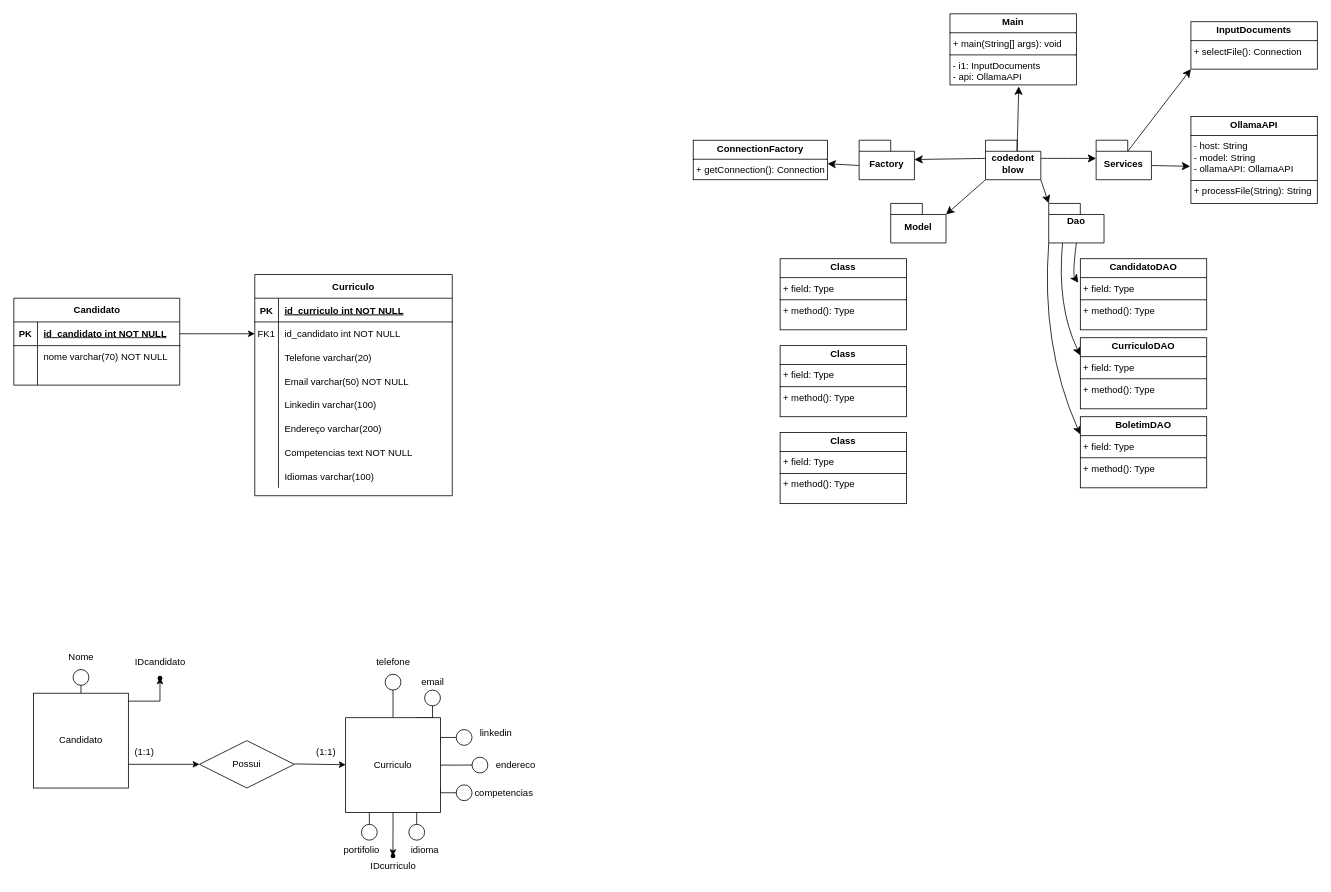
This is Diagrama sem nome.drawio from Leonardo-dSouza/meuprojetogit, a draw.io file, before an edit. Source tidied: cells renumbered, new cells numbered last; positions are measured from the earlier drawing's top-left corner, leaving out a move shared by most shapes. Both pictures are drawn from the tidied source at 79%, with x=0, y=0 at pixel (13, 13).
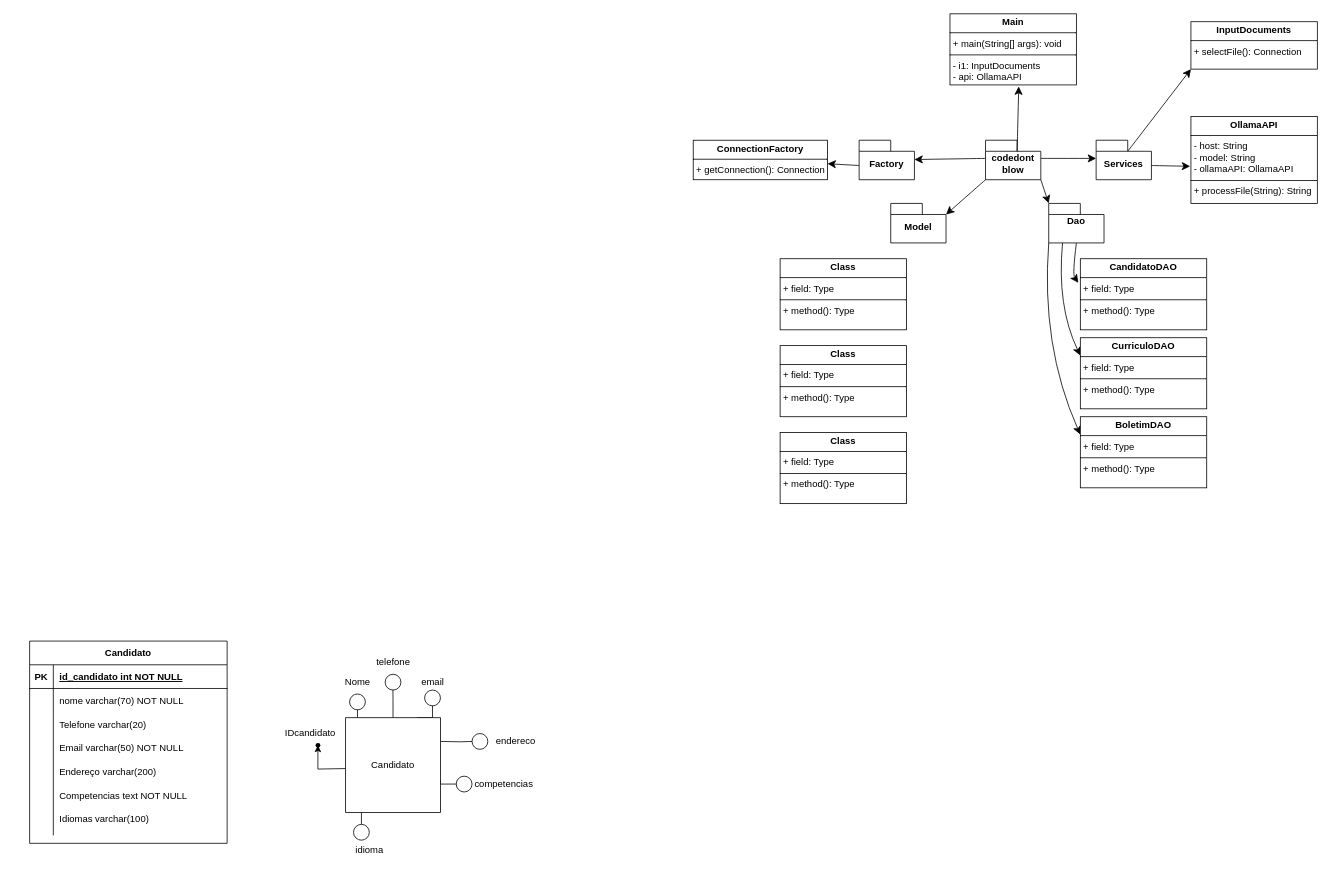
The same page after the edit.

The change refers to these unchanged cells:
```xml
<mxCell id="20" style="shape=partialRectangle;fillColor=none;top=0;left=0;right=0;bottom=1;" parent="19" vertex="1">
  <mxGeometry y="30" width="250" height="30" as="geometry" />
</mxCell>
<mxCell id="23" style="shape=partialRectangle;fillColor=none;points=[[0,0.5],[1,0.5]];portConstraint=eastwest;top=0;left=0;right=0;bottom=0;" parent="19" vertex="1">
  <mxGeometry y="60" width="250" height="30" as="geometry" />
</mxCell>
```

The edit, as a diff of the source:
```diff
@@
-    <mxCell id="2" style="edgeStyle=orthogonalEdgeStyle;rounded=0;jettySize=auto;html=1;exitX=1;exitY=0.5;exitDx=0;exitDy=0;entryX=0;entryY=0.5;entryDx=0;entryDy=0;" parent="1" edge="1" source="52" target="23">
-      <mxGeometry relative="1" as="geometry">
-        <Array as="points">
-          <mxPoint x="230" y="405" />
-          <mxPoint x="230" y="405" />
-        </Array>
-      </mxGeometry>
-    </mxCell>
-    <mxCell id="3" style="edgeStyle=orthogonalEdgeStyle;rounded=0;orthogonalLoop=1;jettySize=auto;html=1;exitX=1;exitY=0.5;exitDx=0;exitDy=0;entryX=0;entryY=0.5;entryDx=0;entryDy=0;" parent="1" edge="1">
-      <mxGeometry relative="1" as="geometry">
-        <mxPoint x="355" y="949.5" as="sourcePoint" />
-        <mxPoint x="420" y="950.5" as="targetPoint" />
-        <Array as="points">
-          <mxPoint x="420" y="949.5" />
-        </Array>
-      </mxGeometry>
-    </mxCell>
-    <mxCell id="4" value="Possui" style="shape=rhombus;perimeter=rhombusPerimeter;whiteSpace=wrap;html=1;align=center;" parent="1" vertex="1">
-      <mxGeometry x="235" y="920" width="120" height="60" as="geometry" />
-    </mxCell>
-    <mxCell id="5" style="edgeStyle=orthogonalEdgeStyle;rounded=0;orthogonalLoop=1;jettySize=auto;html=1;exitX=1;exitY=0.25;exitDx=0;exitDy=0;" parent="1" edge="1">
+    <mxCell id="5" style="edgeStyle=orthogonalEdgeStyle;rounded=0;orthogonalLoop=1;jettySize=auto;html=1;exitX=0.001;exitY=0.403;exitDx=0;exitDy=0;exitPerimeter=0;" parent="1" edge="1">
       <mxGeometry relative="1" as="geometry">
-        <mxPoint x="135" y="870" as="sourcePoint" />
-        <mxPoint x="185" y="840" as="targetPoint" />
+        <mxPoint x="420" y="955.4" as="sourcePoint" />
+        <mxPoint x="384.9" y="926" as="targetPoint" />
         <Array as="points">
-          <mxPoint x="185" y="870" />
+          <mxPoint x="418" y="955" />
+          <mxPoint x="385" y="956" />
         </Array>
       </mxGeometry>
     </mxCell>
-    <mxCell id="6" style="edgeStyle=orthogonalEdgeStyle;rounded=0;jettySize=auto;html=1;exitX=0.5;exitY=0;exitDx=0;exitDy=0;" parent="1" edge="1" source="8">
+    <mxCell id="6" style="edgeStyle=orthogonalEdgeStyle;rounded=0;orthogonalLoop=1;jettySize=auto;html=1;exitX=0.5;exitY=0;exitDx=0;exitDy=0;" parent="1" edge="1">
       <mxGeometry relative="1" as="geometry">
-        <mxPoint x="85" y="840" as="targetPoint" />
+        <mxPoint x="435" y="891" as="sourcePoint" />
+        <mxPoint x="435" y="871" as="targetPoint" />
       </mxGeometry>
     </mxCell>
-    <mxCell id="7" style="edgeStyle=orthogonalEdgeStyle;rounded=0;jettySize=auto;html=1;exitX=1;exitY=0.75;exitDx=0;exitDy=0;" parent="1" edge="1" source="8" target="4">
-      <mxGeometry relative="1" as="geometry" />
-    </mxCell>
-    <mxCell id="8" value="Candidato" style="whiteSpace=wrap;html=1;" parent="1" vertex="1">
-      <mxGeometry x="25" y="860" width="120" height="120" as="geometry" />
-    </mxCell>
@@
-    <mxCell id="12" style="edgeStyle=orthogonalEdgeStyle;rounded=0;jettySize=auto;html=1;exitX=1;exitY=0.25;exitDx=0;exitDy=0;" parent="1" edge="1" source="18">
-      <mxGeometry relative="1" as="geometry">
-        <mxPoint x="570" y="916" as="targetPoint" />
-        <Array as="points">
-          <mxPoint x="540" y="916" />
-          <mxPoint x="570" y="916" />
-        </Array>
-      </mxGeometry>
-    </mxCell>
-    <mxCell id="13" style="edgeStyle=orthogonalEdgeStyle;rounded=0;jettySize=auto;html=1;exitX=1;exitY=0.5;exitDx=0;exitDy=0;" parent="1" edge="1" source="18">
+    <mxCell id="13" style="edgeStyle=orthogonalEdgeStyle;rounded=0;orthogonalLoop=1;jettySize=auto;html=1;exitX=1;exitY=0.5;exitDx=0;exitDy=0;" parent="1" edge="1">
       <mxGeometry relative="1" as="geometry">
-        <mxPoint x="590" y="950.7" as="targetPoint" />
+        <mxPoint x="540" y="921" as="sourcePoint" />
+        <mxPoint x="590" y="920.7" as="targetPoint" />
       </mxGeometry>
     </mxCell>
-    <mxCell id="14" style="edgeStyle=orthogonalEdgeStyle;rounded=0;jettySize=auto;html=1;exitX=1;exitY=0.75;exitDx=0;exitDy=0;" parent="1" edge="1" source="18">
+    <mxCell id="14" style="edgeStyle=orthogonalEdgeStyle;rounded=0;orthogonalLoop=1;jettySize=auto;html=1;exitX=1;exitY=0.75;exitDx=0;exitDy=0;" parent="1" edge="1">
       <mxGeometry relative="1" as="geometry">
-        <mxPoint x="570" y="986" as="targetPoint" />
+        <mxPoint x="540" y="970" as="sourcePoint" />
+        <mxPoint x="570" y="975" as="targetPoint" />
         <Array as="points">
-          <mxPoint x="540" y="986" />
-          <mxPoint x="570" y="986" />
+          <mxPoint x="540" y="975" />
+          <mxPoint x="570" y="975" />
         </Array>
       </mxGeometry>
     </mxCell>
-    <mxCell id="15" style="edgeStyle=orthogonalEdgeStyle;rounded=0;jettySize=auto;html=1;exitX=0.75;exitY=1;exitDx=0;exitDy=0;" parent="1" edge="1" source="18">
+    <mxCell id="15" style="edgeStyle=orthogonalEdgeStyle;rounded=0;orthogonalLoop=1;jettySize=auto;html=1;exitX=0.75;exitY=1;exitDx=0;exitDy=0;" parent="1" edge="1">
       <mxGeometry relative="1" as="geometry">
-        <mxPoint x="510" y="1036" as="targetPoint" />
+        <mxPoint x="440" y="1011" as="sourcePoint" />
+        <mxPoint x="440" y="1036" as="targetPoint" />
       </mxGeometry>
     </mxCell>
-    <mxCell id="16" style="edgeStyle=orthogonalEdgeStyle;rounded=0;jettySize=auto;html=1;exitX=0.5;exitY=1;exitDx=0;exitDy=0;" parent="1" edge="1" source="18">
-      <mxGeometry relative="1" as="geometry">
-        <mxPoint x="479.8" y="1066" as="targetPoint" />
-      </mxGeometry>
-    </mxCell>
-    <mxCell id="17" style="edgeStyle=orthogonalEdgeStyle;rounded=0;jettySize=auto;html=1;exitX=0.25;exitY=1;exitDx=0;exitDy=0;" parent="1" edge="1" source="18">
-      <mxGeometry relative="1" as="geometry">
-        <mxPoint x="450.2" y="1036" as="targetPoint" />
-      </mxGeometry>
-    </mxCell>
-    <mxCell id="18" value="Curriculo" style="whiteSpace=wrap;html=1;" parent="1" vertex="1">
+    <mxCell id="18" value="Candidato" style="whiteSpace=wrap;html=1;" parent="1" vertex="1">
       <mxGeometry x="420" y="891" width="120" height="120" as="geometry" />
     </mxCell>
-    <mxCell id="19" value="Curriculo" style="shape=table;startSize=30;childLayout=tableLayout;rowLines=0;fontStyle=1;align=center;" parent="1" vertex="1">
-      <mxGeometry x="305" y="330" width="250" height="280" as="geometry" />
+    <mxCell id="19" value="Candidato" style="shape=table;startSize=30;childLayout=tableLayout;rowLines=0;fontStyle=1;align=center;" parent="1" vertex="1">
+      <mxGeometry x="20" y="794" width="250" height="256" as="geometry" />
     </mxCell>
@@
-    <mxCell id="22" value="id_curriculo int NOT NULL" style="shape=partialRectangle;overflow=hidden;fillColor=none;top=0;left=0;bottom=0;right=0;align=left;spacingLeft=6;fontStyle=5;" parent="20" vertex="1">
+    <mxCell id="22" value="id_candidato int NOT NULL" style="shape=partialRectangle;overflow=hidden;fillColor=none;top=0;left=0;bottom=0;right=0;align=left;spacingLeft=6;fontStyle=5;" parent="20" vertex="1">
       <mxGeometry x="30" width="220" height="30" as="geometry" />
     </mxCell>
@@
-    <mxCell id="24" value="FK1" style="shape=partialRectangle;overflow=hidden;fillColor=none;top=0;left=0;bottom=0;right=0;" parent="23" vertex="1">
+    <mxCell id="24" style="shape=partialRectangle;overflow=hidden;fillColor=none;top=0;left=0;bottom=0;right=0;" parent="23" vertex="1">
       <mxGeometry width="30" height="30" as="geometry" />
     </mxCell>
@@
     <mxCell id="26" value="Telefone varchar(20)" style="shape=partialRectangle;overflow=hidden;fillColor=none;top=0;left=0;bottom=0;right=0;align=left;spacingLeft=6;" parent="1" vertex="1">
-      <mxGeometry x="335" y="420" width="220" height="30" as="geometry" />
+      <mxGeometry x="50" y="884" width="220" height="30" as="geometry" />
     </mxCell>
     <mxCell id="27" value="Email varchar(50) NOT NULL" style="shape=partialRectangle;overflow=hidden;fillColor=none;top=0;left=0;bottom=0;right=0;align=left;spacingLeft=6;" parent="1" vertex="1">
-      <mxGeometry x="335" y="450" width="220" height="30" as="geometry" />
+      <mxGeometry x="50" y="914" width="220" height="30" as="geometry" />
     </mxCell>
     <mxCell id="28" style="endArrow=none;html=1;rounded=0;entryX=0.121;entryY=1.031;entryDx=0;entryDy=0;entryPerimeter=0;" parent="1" edge="1">
       <mxGeometry relative="1" as="geometry">
-        <mxPoint x="335" y="600" as="sourcePoint" />
-        <mxPoint x="335" y="420" as="targetPoint" />
+        <mxPoint x="50" y="1040" as="sourcePoint" />
+        <mxPoint x="50" y="884" as="targetPoint" />
       </mxGeometry>
     </mxCell>
-    <mxCell id="29" value="Linkedin varchar(100)" style="shape=partialRectangle;overflow=hidden;fillColor=none;top=0;left=0;bottom=0;right=0;align=left;spacingLeft=6;" parent="1" vertex="1">
-      <mxGeometry x="335" y="480" width="220" height="30" as="geometry" />
-    </mxCell>
     <mxCell id="30" value="Endereço varchar(200)" style="shape=partialRectangle;overflow=hidden;fillColor=none;top=0;left=0;bottom=0;right=0;align=left;spacingLeft=6;" parent="1" vertex="1">
-      <mxGeometry x="335" y="510" width="220" height="30" as="geometry" />
+      <mxGeometry x="50" y="944" width="220" height="30" as="geometry" />
     </mxCell>
     <mxCell id="31" value="Competencias text NOT NULL" style="shape=partialRectangle;overflow=hidden;fillColor=none;top=0;left=0;bottom=0;right=0;align=left;spacingLeft=6;" parent="1" vertex="1">
-      <mxGeometry x="335" y="540" width="220" height="30" as="geometry" />
+      <mxGeometry x="50" y="974" width="220" height="30" as="geometry" />
     </mxCell>
     <mxCell id="32" value="Idiomas varchar(100)" style="shape=partialRectangle;overflow=hidden;fillColor=none;top=0;left=0;bottom=0;right=0;align=left;spacingLeft=6;" parent="1" vertex="1">
-      <mxGeometry x="335" y="570" width="220" height="30" as="geometry" />
+      <mxGeometry x="50" y="1004" width="220" height="30" as="geometry" />
     </mxCell>
     <mxCell id="33" style="shape=waypoint;sketch=0;size=6;fillColor=none;perimeter=centerPerimeter;" parent="1" vertex="1">
-      <mxGeometry x="175" y="831" width="20" height="20" as="geometry" />
+      <mxGeometry x="375" y="916" width="20" height="20" as="geometry" />
     </mxCell>
     <mxCell id="34" value="IDcandidato" style="text;html=1;align=center;verticalAlign=middle;strokeColor=none;fillColor=none;" parent="1" vertex="1">
-      <mxGeometry x="140" y="806" width="90" height="30" as="geometry" />
+      <mxGeometry x="330" y="896" width="90" height="30" as="geometry" />
     </mxCell>
-    <mxCell id="35" style="ellipse;whiteSpace=wrap;html=1;" parent="1" vertex="1">
-      <mxGeometry x="440" y="1026" width="20" height="20" as="geometry" />
-    </mxCell>
     <mxCell id="36" style="ellipse;whiteSpace=wrap;html=1;" parent="1" vertex="1">
-      <mxGeometry x="500" y="1026" width="20" height="20" as="geometry" />
+      <mxGeometry x="430" y="1026" width="20" height="20" as="geometry" />
     </mxCell>
     <mxCell id="37" style="ellipse;whiteSpace=wrap;html=1;" parent="1" vertex="1">
-      <mxGeometry x="580" y="941" width="20" height="20" as="geometry" />
+      <mxGeometry x="580" y="911" width="20" height="20" as="geometry" />
     </mxCell>
     <mxCell id="38" style="ellipse;whiteSpace=wrap;html=1;" parent="1" vertex="1">
-      <mxGeometry x="560" y="976" width="20" height="20" as="geometry" />
+      <mxGeometry x="560" y="965" width="20" height="20" as="geometry" />
     </mxCell>
-    <mxCell id="39" style="ellipse;whiteSpace=wrap;html=1;" parent="1" vertex="1">
-      <mxGeometry x="560" y="906" width="20" height="20" as="geometry" />
-    </mxCell>
@@
-    <mxCell id="42" style="shape=waypoint;sketch=0;size=6;fillColor=none;perimeter=centerPerimeter;" parent="1" vertex="1">
-      <mxGeometry x="470" y="1056" width="20" height="20" as="geometry" />
-    </mxCell>
@@
-    <mxCell id="45" value="linkedin" style="text;html=1;align=center;verticalAlign=middle;strokeColor=none;fillColor=none;" parent="1" vertex="1">
-      <mxGeometry x="580" y="896" width="60" height="30" as="geometry" />
-    </mxCell>
     <mxCell id="46" value="endereco" style="text;html=1;align=center;verticalAlign=middle;strokeColor=none;fillColor=none;" parent="1" vertex="1">
-      <mxGeometry x="600" y="936" width="70" height="30" as="geometry" />
+      <mxGeometry x="600" y="906" width="70" height="30" as="geometry" />
     </mxCell>
-    <mxCell id="47" value="portifolio" style="text;html=1;align=center;verticalAlign=middle;strokeColor=none;fillColor=none;" parent="1" vertex="1">
-      <mxGeometry x="405" y="1044" width="70" height="30" as="geometry" />
-    </mxCell>
     <mxCell id="48" value="idioma" style="text;html=1;align=center;verticalAlign=middle;strokeColor=none;fillColor=none;" parent="1" vertex="1">
-      <mxGeometry x="490" y="1044" width="60" height="30" as="geometry" />
+      <mxGeometry x="420" y="1044" width="60" height="30" as="geometry" />
     </mxCell>
     <mxCell id="49" value="competencias" style="text;html=1;align=center;verticalAlign=middle;strokeColor=none;fillColor=none;" parent="1" vertex="1">
-      <mxGeometry x="570" y="971" width="100" height="30" as="geometry" />
+      <mxGeometry x="570" y="960" width="100" height="30" as="geometry" />
     </mxCell>
-    <mxCell id="50" value="IDcurriculo" style="text;html=1;align=center;verticalAlign=middle;strokeColor=none;fillColor=none;" parent="1" vertex="1">
-      <mxGeometry x="440" y="1064" width="80" height="30" as="geometry" />
-    </mxCell>
-    <mxCell id="51" value="Candidato" style="shape=table;startSize=30;childLayout=tableLayout;rowLines=0;fontStyle=1;align=center;html=1;" parent="1" vertex="1">
-      <mxGeometry y="360" width="210" height="110" as="geometry" />
-    </mxCell>
-    <mxCell id="52" style="shape=tableRow;horizontal=0;startSize=0;swimlaneHead=0;swimlaneBody=0;fillColor=none;points=[[0,0.5],[1,0.5]];portConstraint=eastwest;top=0;left=0;right=0;bottom=1;" parent="51" vertex="1">
-      <mxGeometry y="30" width="210" height="30" as="geometry" />
-    </mxCell>
-    <mxCell id="53" value="PK" style="shape=partialRectangle;fillColor=none;top=0;left=0;bottom=0;right=0;fontStyle=1;overflow=hidden;whiteSpace=wrap;html=1;" parent="52" vertex="1">
-      <mxGeometry width="30" height="30" as="geometry" />
-    </mxCell>
-    <mxCell id="54" value="id_candidato int NOT NULL" style="shape=partialRectangle;fillColor=none;top=0;left=0;bottom=0;right=0;align=left;spacingLeft=6;fontStyle=5;overflow=hidden;whiteSpace=wrap;html=1;" parent="52" vertex="1">
-      <mxGeometry x="30" width="180" height="30" as="geometry" />
-    </mxCell>
-    <mxCell id="55" style="shape=tableRow;horizontal=0;startSize=0;swimlaneHead=0;swimlaneBody=0;fillColor=none;top=0;left=0;right=0;bottom=0;" parent="51" vertex="1">
-      <mxGeometry y="60" width="210" height="30" as="geometry" />
-    </mxCell>
-    <mxCell id="56" style="shape=partialRectangle;fillColor=none;top=0;left=0;bottom=0;right=0;overflow=hidden;whiteSpace=wrap;html=1;" parent="55" vertex="1">
-      <mxGeometry width="30" height="30" as="geometry" />
-    </mxCell>
-    <mxCell id="57" value="nome varchar(70) NOT NULL&amp;nbsp; &amp;nbsp;" style="shape=partialRectangle;fillColor=none;top=0;left=0;bottom=0;right=0;align=left;spacingLeft=6;overflow=hidden;whiteSpace=wrap;html=1;" parent="55" vertex="1">
-      <mxGeometry x="30" width="180" height="30" as="geometry" />
-    </mxCell>
-    <mxCell id="58" style="shape=tableRow;horizontal=0;startSize=0;swimlaneHead=0;swimlaneBody=0;fillColor=none;top=0;left=0;right=0;bottom=0;" parent="51" vertex="1">
-      <mxGeometry y="90" width="210" height="20" as="geometry" />
-    </mxCell>
-    <mxCell id="59" style="shape=partialRectangle;fillColor=none;top=0;left=0;bottom=0;right=0;overflow=hidden;whiteSpace=wrap;html=1;" parent="58" vertex="1">
-      <mxGeometry width="30" height="20" as="geometry" />
-    </mxCell>
-    <mxCell id="60" style="shape=partialRectangle;fillColor=none;top=0;left=0;bottom=0;right=0;align=left;spacingLeft=6;overflow=hidden;whiteSpace=wrap;html=1;" parent="58" vertex="1">
-      <mxGeometry x="30" width="180" height="20" as="geometry" />
-    </mxCell>
     <mxCell id="61" style="ellipse;whiteSpace=wrap;html=1;" parent="1" vertex="1">
-      <mxGeometry x="75" y="830" width="20" height="20" as="geometry" />
+      <mxGeometry x="425" y="861" width="20" height="20" as="geometry" />
     </mxCell>
     <mxCell id="62" value="Nome" style="text;html=1;align=center;verticalAlign=middle;strokeColor=none;fillColor=none;" parent="1" vertex="1">
-      <mxGeometry x="55" y="800" width="60" height="30" as="geometry" />
+      <mxGeometry x="405" y="831" width="60" height="30" as="geometry" />
     </mxCell>
@@
-    <mxCell id="90" value="(1:1)" style="text;html=1;align=center;verticalAlign=middle;strokeColor=none;fillColor=none;" parent="1" vertex="1">
-      <mxGeometry x="140" y="920" width="50" height="30" as="geometry" />
-    </mxCell>
-    <mxCell id="91" value="(1:1)" style="text;html=1;align=center;verticalAlign=middle;strokeColor=none;fillColor=none;" parent="1" vertex="1">
-      <mxGeometry x="370" y="920" width="50" height="30" as="geometry" />
-    </mxCell>
-    <mxCell id="92" value="id_candidato int NOT NULL" style="shape=partialRectangle;overflow=hidden;fillColor=none;top=0;left=0;bottom=0;right=0;align=left;spacingLeft=6;" parent="1" vertex="1">
-      <mxGeometry x="335" y="390" width="220" height="30" as="geometry" />
+    <mxCell id="92" value="nome varchar(70) NOT NULL" style="shape=partialRectangle;overflow=hidden;fillColor=none;top=0;left=0;bottom=0;right=0;align=left;spacingLeft=6;" parent="1" vertex="1">
+      <mxGeometry x="50" y="854" width="220" height="30" as="geometry" />
     </mxCell>
```
